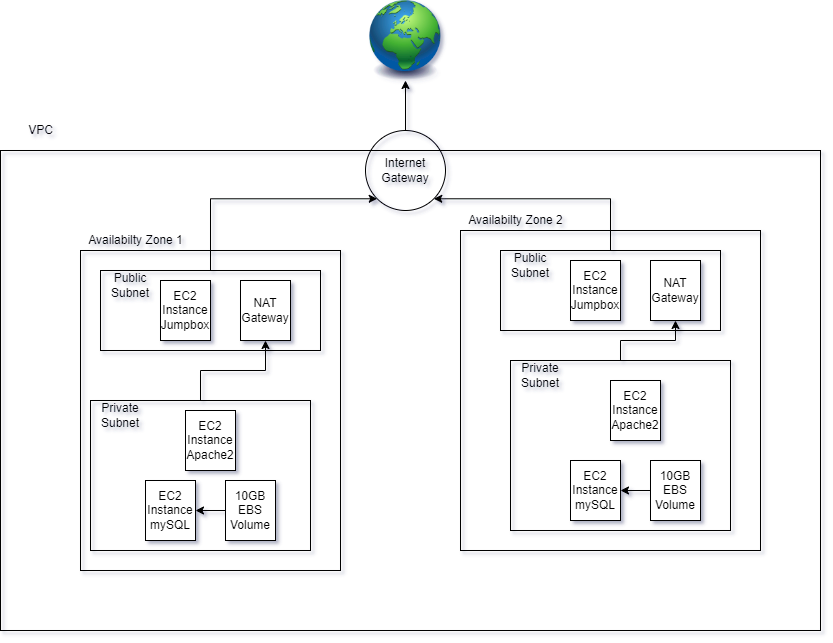
Above: Diagram.drawio.png in shejan0/VPC-AWS-Assignment2-cs4843 (draw.io), before the change. Source tidied: cells renumbered, new cells last; positions are measured from the earlier drawing's top-left corner, leaving out a move shared by most shapes.
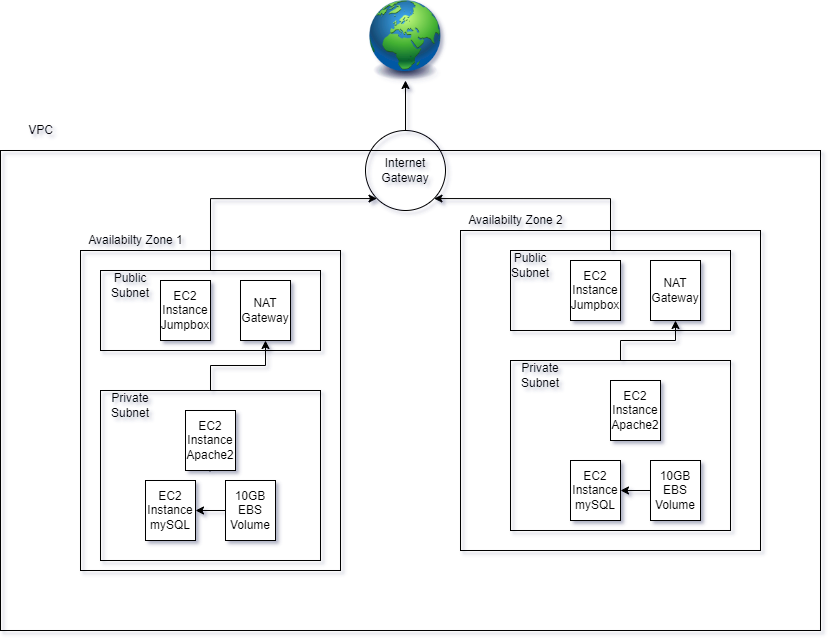
Above is the later version.

Change to the diagram source:
```diff
@@ -2,6 +2,9 @@
   <root>
     <mxCell id="0" />
     <mxCell id="1" parent="0" />
+    <mxCell id="35" value="`" style="rounded=0;whiteSpace=wrap;html=1;fillColor=none;" parent="1" vertex="1">
+      <mxGeometry x="100" y="390" width="220" height="170" as="geometry" />
+    </mxCell>
     <mxCell id="2" style="rounded=0;whiteSpace=wrap;html=1;fillColor=none;" parent="1" vertex="1">
       <mxGeometry y="150" width="820" height="480" as="geometry" />
     </mxCell>
@@ -47,7 +50,7 @@
       <mxGeometry x="100" y="270" width="60" height="30" as="geometry" />
     </mxCell>
     <mxCell id="14" style="rounded=0;whiteSpace=wrap;html=1;fillColor=none;" parent="1" vertex="1">
-      <mxGeometry x="500" y="250" width="220" height="80" as="geometry" />
+      <mxGeometry x="510" y="250" width="220" height="80" as="geometry" />
     </mxCell>
     <mxCell id="15" value="Public Subnet" style="text;html=1;strokeColor=none;fillColor=none;align=center;verticalAlign=middle;whiteSpace=wrap;rounded=0;" parent="1" vertex="1">
       <mxGeometry x="500" y="250" width="60" height="30" as="geometry" />
@@ -64,14 +67,11 @@
     <mxCell id="19" value="NAT Gateway" style="rounded=0;whiteSpace=wrap;html=1;fillColor=default;" parent="1" vertex="1">
       <mxGeometry x="650" y="260" width="50" height="60" as="geometry" />
     </mxCell>
-    <mxCell id="20" style="edgeStyle=orthogonalEdgeStyle;rounded=0;jettySize=auto;html=1;entryX=0.5;entryY=1;entryDx=0;entryDy=0;" parent="1" edge="1" source="21" target="17">
+    <mxCell id="20" style="edgeStyle=orthogonalEdgeStyle;rounded=0;jettySize=auto;html=1;entryX=0.5;entryY=1;entryDx=0;entryDy=0;exitX=0.5;exitY=0;exitDx=0;exitDy=0;" parent="1" edge="1" source="35" target="17">
       <mxGeometry relative="1" as="geometry" />
     </mxCell>
-    <mxCell id="21" style="rounded=0;whiteSpace=wrap;html=1;fillColor=none;" parent="1" vertex="1">
-      <mxGeometry x="90" y="400" width="220" height="150" as="geometry" />
-    </mxCell>
     <mxCell id="22" value="Private Subnet" style="text;html=1;strokeColor=none;fillColor=none;align=center;verticalAlign=middle;whiteSpace=wrap;rounded=0;" parent="1" vertex="1">
-      <mxGeometry x="90" y="400" width="60" height="30" as="geometry" />
+      <mxGeometry x="100" y="390" width="60" height="30" as="geometry" />
     </mxCell>
     <mxCell id="23" style="edgeStyle=orthogonalEdgeStyle;rounded=0;jettySize=auto;html=1;entryX=0.5;entryY=1;entryDx=0;entryDy=0;" parent="1" edge="1" source="24" target="19">
       <mxGeometry relative="1" as="geometry" />
```
